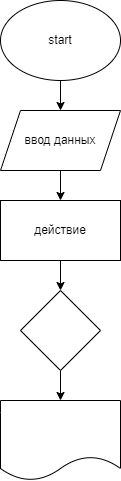
postalshum/test1 keeps this draw.io diagram as 123.drawio.png. Above is the earlier version. Source tidied: cells renumbered, new cells last; positions are measured from the earlier drawing's top-left corner, leaving out a move shared by most shapes.
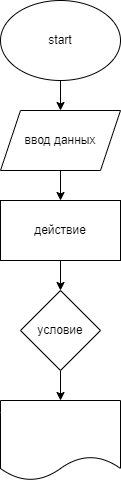
The same file after the commit.

The edit, as a diff of the source:
```diff
@@ -23,7 +23,7 @@
     <mxCell id="8" style="edgeStyle=none;html=1;" parent="1" edge="1" source="9" target="10">
       <mxGeometry relative="1" as="geometry" />
     </mxCell>
-    <mxCell id="9" style="rhombus;whiteSpace=wrap;html=1;" parent="1" vertex="1">
+    <mxCell id="9" value="условие" style="rhombus;whiteSpace=wrap;html=1;" parent="1" vertex="1">
       <mxGeometry x="20" y="290" width="80" height="80" as="geometry" />
     </mxCell>
     <mxCell id="10" style="shape=document;whiteSpace=wrap;html=1;boundedLbl=1;" parent="1" vertex="1">
```
